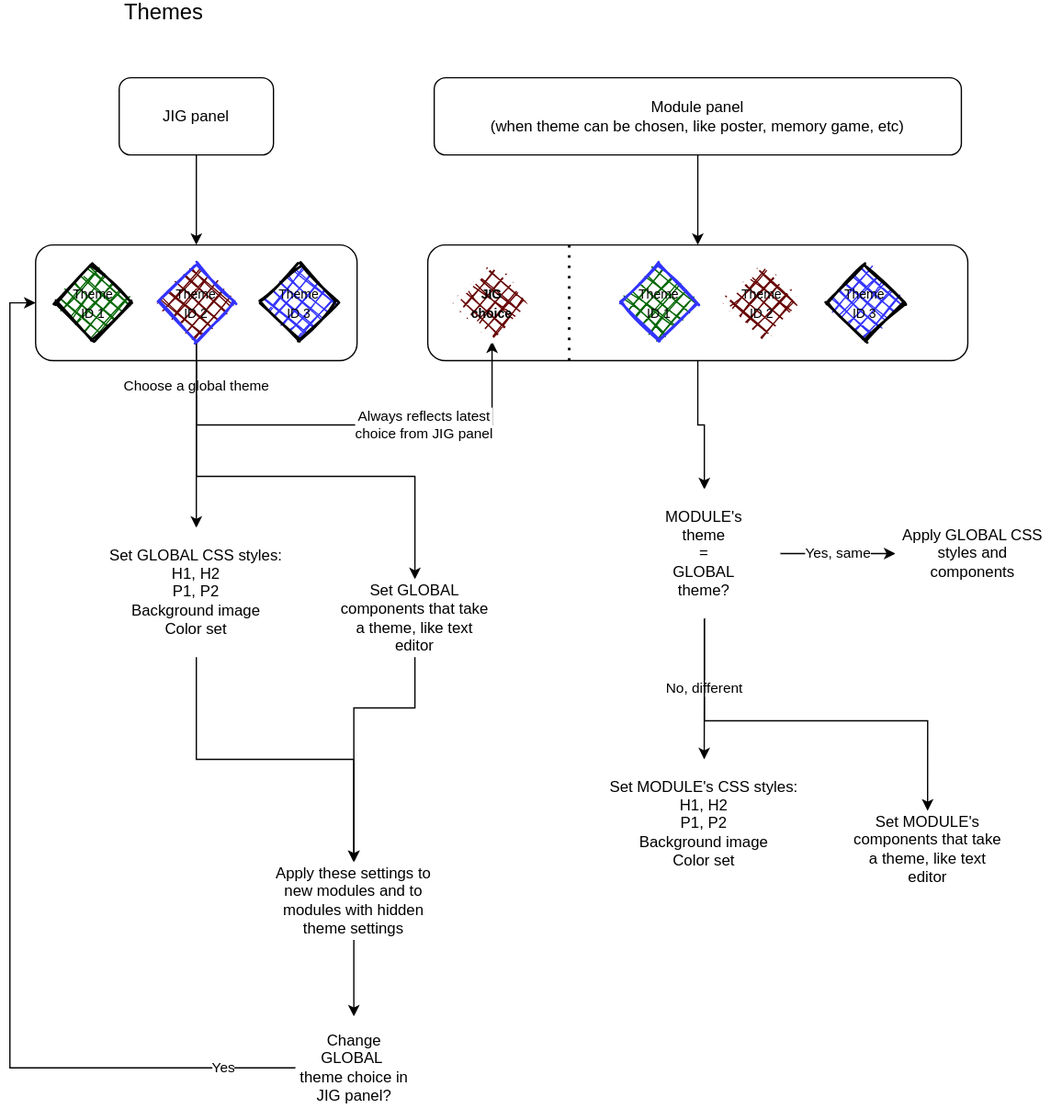
The draw.io diagram jig/themes.drawio.svg in ji-devs/ji-cloud-flowcharts, before a commit. Source tidied: cells renumbered, new cells last; positions are measured from the earlier drawing's top-left corner, leaving out a move shared by most shapes. Source of this version:
```xml
<mxGraphModel>
  <root>
    <mxCell id="0" />
    <mxCell id="1" parent="0" />
    <mxCell id="2" style="edgeStyle=orthogonalEdgeStyle;rounded=0;jettySize=auto;html=1;" parent="1" edge="1" source="3" target="34">
      <mxGeometry relative="1" as="geometry" />
    </mxCell>
    <mxCell id="3" style="rounded=1;whiteSpace=wrap;html=1;" parent="1" vertex="1">
      <mxGeometry x="325" y="190" width="420" height="90" as="geometry" />
    </mxCell>
    <mxCell id="4" value="&lt;font style=&quot;font-size: 17px&quot;&gt;Themes&lt;/font&gt;" style="text;html=1;strokeColor=none;fillColor=none;align=center;verticalAlign=middle;whiteSpace=wrap;rounded=0;" parent="1" vertex="1">
      <mxGeometry x="85" width="70" height="20" as="geometry" />
    </mxCell>
    <mxCell id="5" style="edgeStyle=orthogonalEdgeStyle;rounded=0;jettySize=auto;html=1;entryX=0.5;entryY=0;entryDx=0;entryDy=0;" parent="1" edge="1" source="6" target="10">
      <mxGeometry relative="1" as="geometry" />
    </mxCell>
    <mxCell id="6" value="JIG panel" style="rounded=1;whiteSpace=wrap;html=1;" parent="1" vertex="1">
      <mxGeometry x="85" y="60" width="120" height="60" as="geometry" />
    </mxCell>
    <mxCell id="7" style="edgeStyle=orthogonalEdgeStyle;rounded=0;jettySize=auto;html=1;entryX=0.5;entryY=0;entryDx=0;entryDy=0;" parent="1" edge="1" source="8" target="3">
      <mxGeometry relative="1" as="geometry" />
    </mxCell>
    <mxCell id="8" value="Module panel &lt;br&gt;(when theme can be chosen, like poster, memory game, etc)" style="rounded=1;whiteSpace=wrap;html=1;" parent="1" vertex="1">
      <mxGeometry x="330" y="60" width="410" height="60" as="geometry" />
    </mxCell>
    <mxCell id="9" value="Choose a global theme" style="edgeStyle=orthogonalEdgeStyle;rounded=0;jettySize=auto;html=1;entryX=0.5;entryY=0;entryDx=0;entryDy=0;" parent="1" edge="1" source="10" target="17">
      <mxGeometry x="-0.69" relative="1" as="geometry" />
    </mxCell>
    <mxCell id="10" style="rounded=1;whiteSpace=wrap;html=1;" parent="1" vertex="1">
      <mxGeometry x="20" y="190" width="250" height="90" as="geometry" />
    </mxCell>
    <mxCell id="11" value="&lt;font style=&quot;font-size: 10px&quot;&gt;Theme&lt;br&gt;ID 1&lt;/font&gt;" style="rhombus;whiteSpace=wrap;html=1;strokeWidth=2;fillWeight=-1;hachureGap=8;fillStyle=cross-hatch;fillColor=#006600;sketch=1;" parent="1" vertex="1">
      <mxGeometry x="35" y="205" width="60" height="60" as="geometry" />
    </mxCell>
    <mxCell id="12" value="Always reflects latest &lt;br&gt;choice from JIG panel" style="edgeStyle=orthogonalEdgeStyle;rounded=0;jettySize=auto;html=1;exitX=0.5;exitY=1;exitDx=0;exitDy=0;entryX=0.5;entryY=1;entryDx=0;entryDy=0;" parent="1" edge="1" source="14" target="19">
      <mxGeometry x="0.34" relative="1" as="geometry">
        <Array as="points">
          <mxPoint x="145" y="330" />
          <mxPoint x="375" y="330" />
        </Array>
      </mxGeometry>
    </mxCell>
    <mxCell id="13" style="edgeStyle=orthogonalEdgeStyle;rounded=0;jettySize=auto;html=1;entryX=0.5;entryY=0;entryDx=0;entryDy=0;" parent="1" edge="1" source="14" target="25">
      <mxGeometry relative="1" as="geometry">
        <Array as="points">
          <mxPoint x="145" y="370" />
          <mxPoint x="315" y="370" />
        </Array>
      </mxGeometry>
    </mxCell>
    <mxCell id="14" value="&lt;font style=&quot;font-size: 10px&quot;&gt;Theme&lt;br&gt;ID 2&lt;/font&gt;" style="rhombus;whiteSpace=wrap;html=1;strokeWidth=2;fillWeight=-1;hachureGap=8;fillStyle=cross-hatch;sketch=1;fillColor=#660000;strokeColor=#3333FF;" parent="1" vertex="1">
      <mxGeometry x="115" y="205" width="60" height="60" as="geometry" />
    </mxCell>
    <mxCell id="15" value="&lt;font style=&quot;font-size: 10px&quot;&gt;Theme&lt;br&gt;ID 3&lt;/font&gt;" style="rhombus;whiteSpace=wrap;html=1;strokeWidth=2;fillWeight=-1;hachureGap=8;fillStyle=cross-hatch;sketch=1;fillColor=#3333FF;" parent="1" vertex="1">
      <mxGeometry x="195" y="205" width="60" height="60" as="geometry" />
    </mxCell>
    <mxCell id="16" style="edgeStyle=orthogonalEdgeStyle;rounded=0;jettySize=auto;html=1;entryX=0.5;entryY=0;entryDx=0;entryDy=0;" parent="1" edge="1" source="17" target="28">
      <mxGeometry relative="1" as="geometry" />
    </mxCell>
    <mxCell id="17" value="Set GLOBAL CSS styles:&amp;nbsp;&lt;br&gt;H1,&amp;nbsp;H2&lt;br&gt;P1,&amp;nbsp;P2&lt;br&gt;Background image&lt;br&gt;Color set" style="rounded=1;whiteSpace=wrap;html=1;fillColor=none;strokeColor=#FFFFFF;" parent="1" vertex="1">
      <mxGeometry x="50" y="410" width="190" height="100" as="geometry" />
    </mxCell>
    <mxCell id="18" value="&lt;font style=&quot;font-size: 10px&quot;&gt;Theme&lt;br&gt;ID 1&lt;/font&gt;" style="rhombus;whiteSpace=wrap;html=1;strokeWidth=2;fillWeight=-1;hachureGap=8;fillStyle=cross-hatch;fillColor=#006600;sketch=1;strokeColor=#3333FF;" parent="1" vertex="1">
      <mxGeometry x="475" y="205" width="60" height="60" as="geometry" />
    </mxCell>
    <mxCell id="19" value="&lt;span style=&quot;font-size: 10px&quot;&gt;JIG &lt;br&gt;choice&lt;/span&gt;" style="rhombus;whiteSpace=wrap;html=1;strokeWidth=2;fillWeight=-1;hachureGap=8;fillStyle=cross-hatch;sketch=1;fillColor=#660000;strokeColor=#FFFFFF;fontStyle=1;" parent="1" vertex="1">
      <mxGeometry x="345" y="205" width="60" height="60" as="geometry" />
    </mxCell>
    <mxCell id="20" value="&lt;font style=&quot;font-size: 10px&quot;&gt;Theme&lt;br&gt;ID 3&lt;/font&gt;" style="rhombus;whiteSpace=wrap;html=1;strokeWidth=2;fillWeight=-1;hachureGap=8;fillStyle=cross-hatch;sketch=1;fillColor=#3333FF;" parent="1" vertex="1">
      <mxGeometry x="635" y="205" width="60" height="60" as="geometry" />
    </mxCell>
    <mxCell id="21" value="&lt;font style=&quot;font-size: 10px&quot;&gt;Theme&lt;br&gt;ID 2&lt;/font&gt;" style="rhombus;whiteSpace=wrap;html=1;strokeWidth=2;fillWeight=-1;hachureGap=8;fillStyle=cross-hatch;sketch=1;fillColor=#660000;strokeColor=#FFFFFF;" parent="1" vertex="1">
      <mxGeometry x="555" y="205" width="60" height="60" as="geometry" />
    </mxCell>
    <mxCell id="22" style="endArrow=none;dashed=1;html=1;dashPattern=1 3;strokeWidth=2;" parent="1" edge="1">
      <mxGeometry relative="1" as="geometry">
        <mxPoint x="435" y="280" as="sourcePoint" />
        <mxPoint x="435" y="190" as="targetPoint" />
        <Array as="points">
          <mxPoint x="435" y="230" />
        </Array>
      </mxGeometry>
    </mxCell>
    <mxCell id="23" value="Set MODULE's CSS styles:&amp;nbsp;&lt;br&gt;H1,&amp;nbsp;H2&lt;br&gt;P1,&amp;nbsp;P2&lt;br&gt;Background image&lt;br&gt;Color set" style="rounded=1;whiteSpace=wrap;html=1;fillColor=none;strokeColor=#FFFFFF;" parent="1" vertex="1">
      <mxGeometry x="445" y="590" width="190" height="100" as="geometry" />
    </mxCell>
    <mxCell id="24" style="edgeStyle=orthogonalEdgeStyle;rounded=0;jettySize=auto;html=1;entryX=0.5;entryY=0;entryDx=0;entryDy=0;" parent="1" edge="1" source="25" target="28">
      <mxGeometry relative="1" as="geometry">
        <Array as="points">
          <mxPoint x="315" y="550" />
          <mxPoint x="268" y="550" />
        </Array>
      </mxGeometry>
    </mxCell>
    <mxCell id="25" value="Set GLOBAL components that take a theme, like text editor" style="rounded=1;whiteSpace=wrap;html=1;strokeColor=#FFFFFF;fillColor=none;" parent="1" vertex="1">
      <mxGeometry x="255" y="450" width="120" height="60" as="geometry" />
    </mxCell>
    <mxCell id="26" value="Set MODULE's components that take a theme, like text editor" style="rounded=1;whiteSpace=wrap;html=1;strokeColor=#FFFFFF;fillColor=none;" parent="1" vertex="1">
      <mxGeometry x="653.8" y="630" width="120" height="60" as="geometry" />
    </mxCell>
    <mxCell id="27" style="edgeStyle=orthogonalEdgeStyle;rounded=0;jettySize=auto;html=1;entryX=0.5;entryY=0;entryDx=0;entryDy=0;" parent="1" edge="1" source="28" target="30">
      <mxGeometry relative="1" as="geometry" />
    </mxCell>
    <mxCell id="28" value="Apply these settings to new modules and to modules with hidden theme settings" style="rounded=1;whiteSpace=wrap;html=1;strokeColor=#FFFFFF;fillColor=none;" parent="1" vertex="1">
      <mxGeometry x="195" y="670" width="145" height="60" as="geometry" />
    </mxCell>
    <mxCell id="29" value="Yes" style="edgeStyle=orthogonalEdgeStyle;rounded=0;jettySize=auto;html=1;entryX=0;entryY=0.5;entryDx=0;entryDy=0;" parent="1" edge="1" source="30" target="10">
      <mxGeometry x="-0.86" relative="1" as="geometry">
        <Array as="points">
          <mxPoint y="830" />
          <mxPoint y="235" />
        </Array>
      </mxGeometry>
    </mxCell>
    <mxCell id="30" value="Change GLOBAL&amp;nbsp; theme choice in JIG panel?" style="rhombus;whiteSpace=wrap;html=1;strokeColor=#FFFFFF;fillColor=none;" parent="1" vertex="1">
      <mxGeometry x="222.5" y="790" width="90" height="80" as="geometry" />
    </mxCell>
    <mxCell id="31" value="No, different" style="edgeStyle=orthogonalEdgeStyle;rounded=0;jettySize=auto;html=1;" parent="1" edge="1" source="34" target="23">
      <mxGeometry relative="1" as="geometry" />
    </mxCell>
    <mxCell id="32" style="edgeStyle=orthogonalEdgeStyle;rounded=0;jettySize=auto;html=1;entryX=0.5;entryY=0;entryDx=0;entryDy=0;" parent="1" edge="1" source="34" target="26">
      <mxGeometry relative="1" as="geometry">
        <Array as="points">
          <mxPoint x="539.8" y="560" />
          <mxPoint x="713.8" y="560" />
        </Array>
      </mxGeometry>
    </mxCell>
    <mxCell id="33" value="Yes, same" style="edgeStyle=orthogonalEdgeStyle;rounded=0;jettySize=auto;html=1;entryX=0;entryY=0.5;entryDx=0;entryDy=0;" parent="1" edge="1" source="34" target="35">
      <mxGeometry relative="1" as="geometry" />
    </mxCell>
    <mxCell id="34" value="MODULE's &lt;br&gt;theme &lt;br&gt;= &lt;br&gt;GLOBAL &lt;br&gt;theme?" style="rhombus;whiteSpace=wrap;html=1;strokeColor=#FFFFFF;fillColor=none;" parent="1" vertex="1">
      <mxGeometry x="481.2" y="380" width="117.5" height="100" as="geometry" />
    </mxCell>
    <mxCell id="35" value="Apply GLOBAL CSS styles and components" style="rounded=1;whiteSpace=wrap;html=1;strokeColor=#FFFFFF;fillColor=none;" parent="1" vertex="1">
      <mxGeometry x="688.8" y="400" width="120" height="60" as="geometry" />
    </mxCell>
  </root>
</mxGraphModel>
```
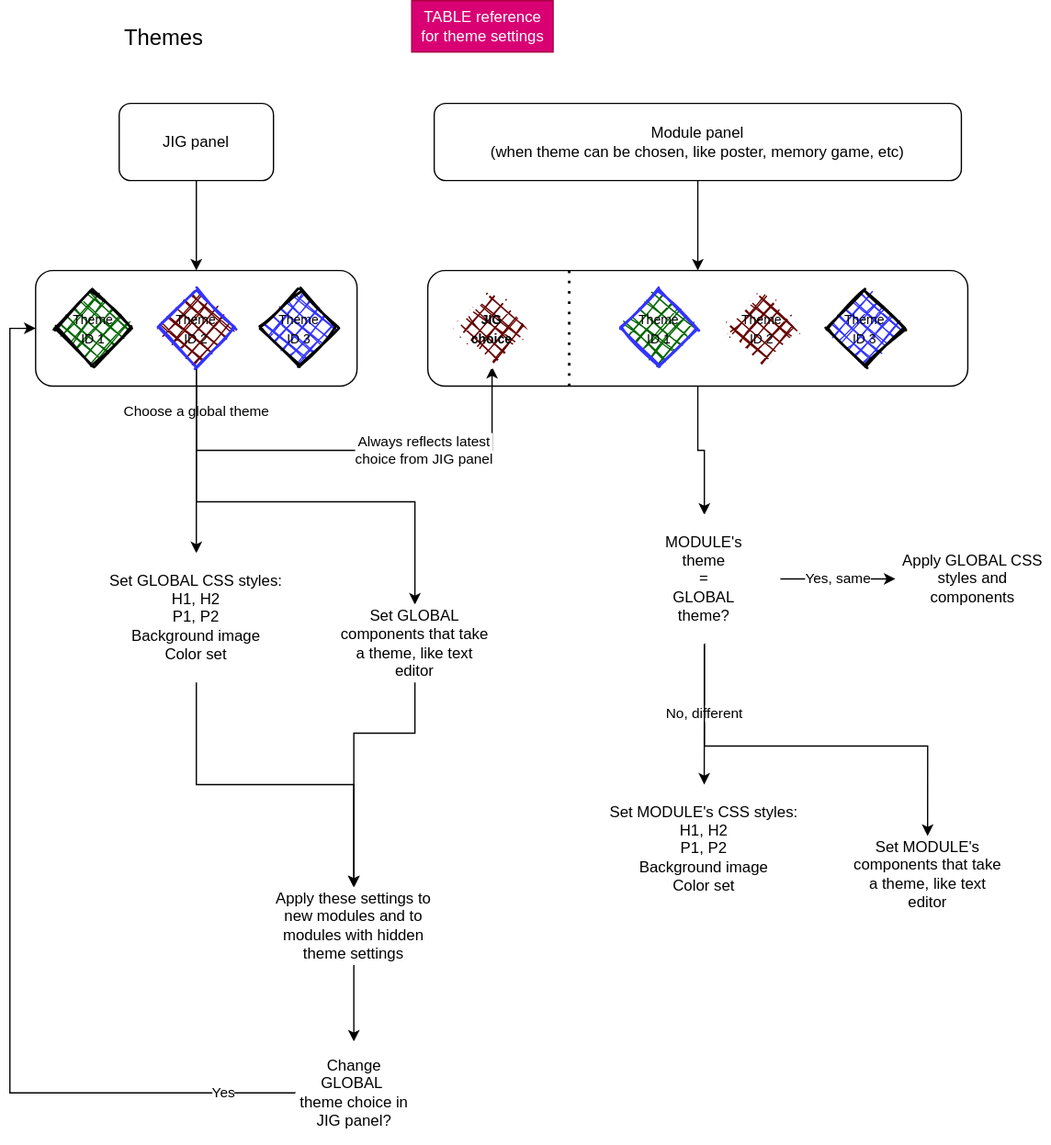
Later version of the same file.

Change to the diagram source:
```diff
@@ -135,5 +135,8 @@
     <mxCell id="35" value="Apply GLOBAL CSS styles and components" style="rounded=1;whiteSpace=wrap;html=1;strokeColor=#FFFFFF;fillColor=none;" parent="1" vertex="1">
       <mxGeometry x="688.8" y="400" width="120" height="60" as="geometry" />
     </mxCell>
+    <mxCell id="36" value="TABLE reference for theme settings" style="text;html=1;strokeColor=#A50040;fillColor=#d80073;align=center;verticalAlign=middle;whiteSpace=wrap;rounded=0;fontColor=#ffffff;" parent="1" vertex="1">
+      <mxGeometry x="312.5" y="-20" width="110" height="40" as="geometry" />
+    </mxCell>
   </root>
 </mxGraphModel>
```
